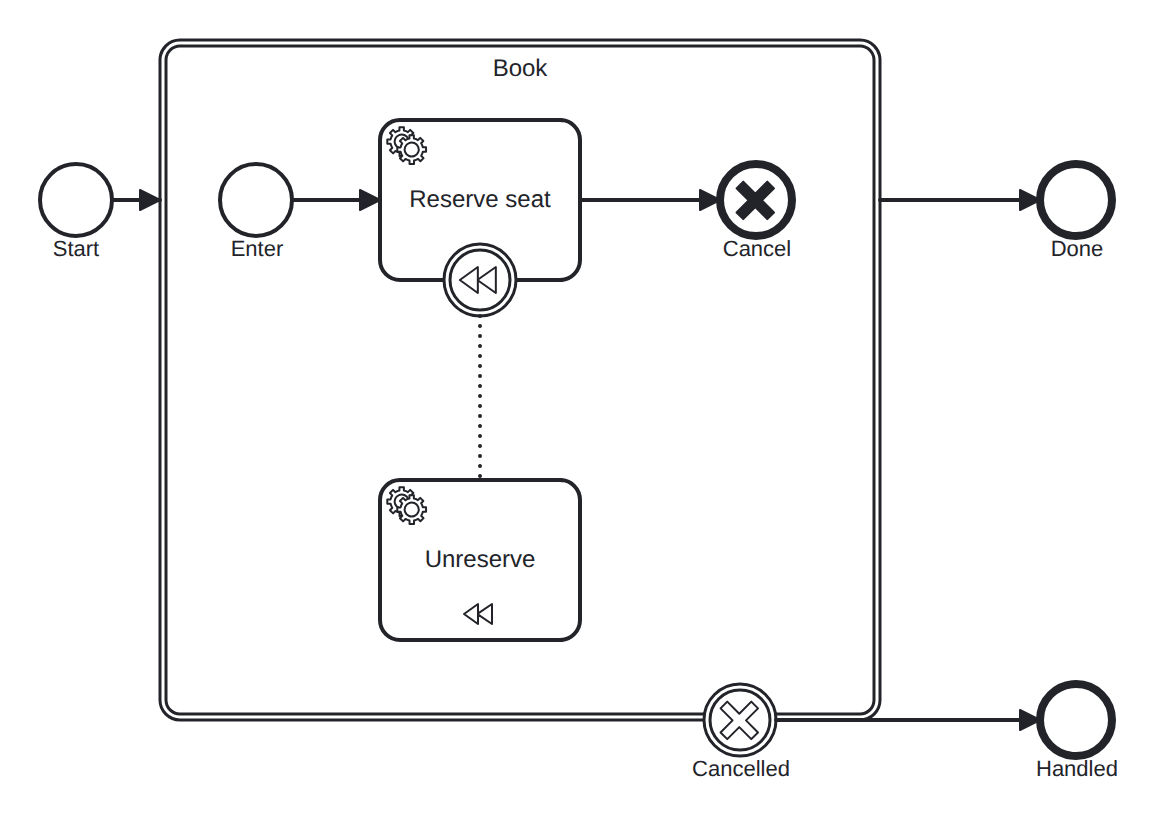
Above: conformance/catalog/diagrams/transaction-cancel.png in pblumer/atlas (BPMN), before the change. Its source is kept beside it as conformance/models/transaction-cancel.bpmn. Ids are renumbered. Source of this version:
```xml
<!--
  Conformance micro-fixture: a transaction subprocess with cancel (ADR-0108).

  Start -> transaction "book" { ts -> serviceTask "reserve" -> cancel end
  "cancelled" } -> End "done", with a cancel boundary on the transaction routing
  to End "handled". "reserve" is compensable (a compensation boundary links it to
  the "unreserve" handler). Once reserve completes, the flow reaches the cancel
  end event, which rolls the transaction back: the engine compensates the
  completed reserve (running unreserve), then the transaction's cancel boundary
  fires and routes to "handled" instead of "done". Driver: Complete("reserve")
  then Complete("unreserve").
-->
<definitions xmlns="http://www.omg.org/spec/BPMN/20100524/MODEL"
             xmlns:bpmndi="http://www.omg.org/spec/BPMN/20100524/DI"
             xmlns:dc="http://www.omg.org/spec/DD/20100524/DC"
             xmlns:di="http://www.omg.org/spec/DD/20100524/DI"
             xmlns:zeebe="http://camunda.org/schema/zeebe/1.0"
             id="defs_transaction_cancel" targetNamespace="http://atlas/conformance">
  <process id="transaction-cancel" name="Transaction (cancel)" isExecutable="true">
    <startEvent id="start" name="Start"/>
    <transaction id="book" name="Book">
      <startEvent id="ts" name="Enter"/>
      <serviceTask id="reserve" name="Reserve seat">
        <extensionElements><zeebe:taskDefinition type="reserve" retries="3"/></extensionElements>
      </serviceTask>
      <boundaryEvent id="reserve_comp" attachedToRef="reserve">
        <compensateEventDefinition/>
      </boundaryEvent>
      <serviceTask id="unreserve" name="Unreserve" isForCompensation="true">
        <extensionElements><zeebe:taskDefinition type="unreserve" retries="3"/></extensionElements>
      </serviceTask>
      <endEvent id="cancelled" name="Cancel">
        <cancelEventDefinition/>
      </endEvent>
      <association id="ca1" sourceRef="reserve_comp" targetRef="unreserve"/>
      <sequenceFlow id="tf1" sourceRef="ts" targetRef="reserve"/>
      <sequenceFlow id="tf2" sourceRef="reserve" targetRef="cancelled"/>
    </transaction>
    <boundaryEvent id="book_cancelled" name="Cancelled" attachedToRef="book">
      <cancelEventDefinition/>
    </boundaryEvent>
    <endEvent id="done" name="Done"/>
    <endEvent id="handled" name="Handled"/>
    <sequenceFlow id="f1" sourceRef="start" targetRef="book"/>
    <sequenceFlow id="f2" sourceRef="book" targetRef="done"/>
    <sequenceFlow id="f3" sourceRef="book_cancelled" targetRef="handled"/>
  </process>
  <bpmndi:BPMNDiagram id="diagram">
    <bpmndi:BPMNPlane id="plane" bpmnElement="transaction-cancel">
      <bpmndi:BPMNShape id="di_start" bpmnElement="start"><dc:Bounds x="120" y="182" width="36" height="36"/></bpmndi:BPMNShape>
      <bpmndi:BPMNShape id="di_book" bpmnElement="book" isExpanded="true"><dc:Bounds x="180" y="120" width="360" height="340"/></bpmndi:BPMNShape>
      <bpmndi:BPMNShape id="di_ts" bpmnElement="ts"><dc:Bounds x="210" y="182" width="36" height="36"/></bpmndi:BPMNShape>
      <bpmndi:BPMNShape id="di_reserve" bpmnElement="reserve"><dc:Bounds x="290" y="160" width="100" height="80"/></bpmndi:BPMNShape>
      <bpmndi:BPMNShape id="di_reserve_comp" bpmnElement="reserve_comp"><dc:Bounds x="322" y="222" width="36" height="36"/></bpmndi:BPMNShape>
      <bpmndi:BPMNShape id="di_unreserve" bpmnElement="unreserve"><dc:Bounds x="290" y="340" width="100" height="80"/></bpmndi:BPMNShape>
      <bpmndi:BPMNShape id="di_cancelled" bpmnElement="cancelled"><dc:Bounds x="460" y="182" width="36" height="36"/></bpmndi:BPMNShape>
      <bpmndi:BPMNShape id="di_book_cancelled" bpmnElement="book_cancelled"><dc:Bounds x="452" y="442" width="36" height="36"/></bpmndi:BPMNShape>
      <bpmndi:BPMNShape id="di_done" bpmnElement="done"><dc:Bounds x="620" y="182" width="36" height="36"/></bpmndi:BPMNShape>
      <bpmndi:BPMNShape id="di_handled" bpmnElement="handled"><dc:Bounds x="620" y="442" width="36" height="36"/></bpmndi:BPMNShape>
      <bpmndi:BPMNEdge id="di_f1" bpmnElement="f1"><di:waypoint x="156" y="200"/><di:waypoint x="180" y="200"/></bpmndi:BPMNEdge>
      <bpmndi:BPMNEdge id="di_f2" bpmnElement="f2"><di:waypoint x="540" y="200"/><di:waypoint x="620" y="200"/></bpmndi:BPMNEdge>
      <bpmndi:BPMNEdge id="di_f3" bpmnElement="f3"><di:waypoint x="488" y="460"/><di:waypoint x="620" y="460"/></bpmndi:BPMNEdge>
      <bpmndi:BPMNEdge id="di_tf1" bpmnElement="tf1"><di:waypoint x="246" y="200"/><di:waypoint x="290" y="200"/></bpmndi:BPMNEdge>
      <bpmndi:BPMNEdge id="di_tf2" bpmnElement="tf2"><di:waypoint x="390" y="200"/><di:waypoint x="460" y="200"/></bpmndi:BPMNEdge>
      <bpmndi:BPMNEdge id="di_ca1" bpmnElement="ca1"><di:waypoint x="340" y="258"/><di:waypoint x="340" y="340"/></bpmndi:BPMNEdge>
    </bpmndi:BPMNPlane>
  </bpmndi:BPMNDiagram>
</definitions>
```
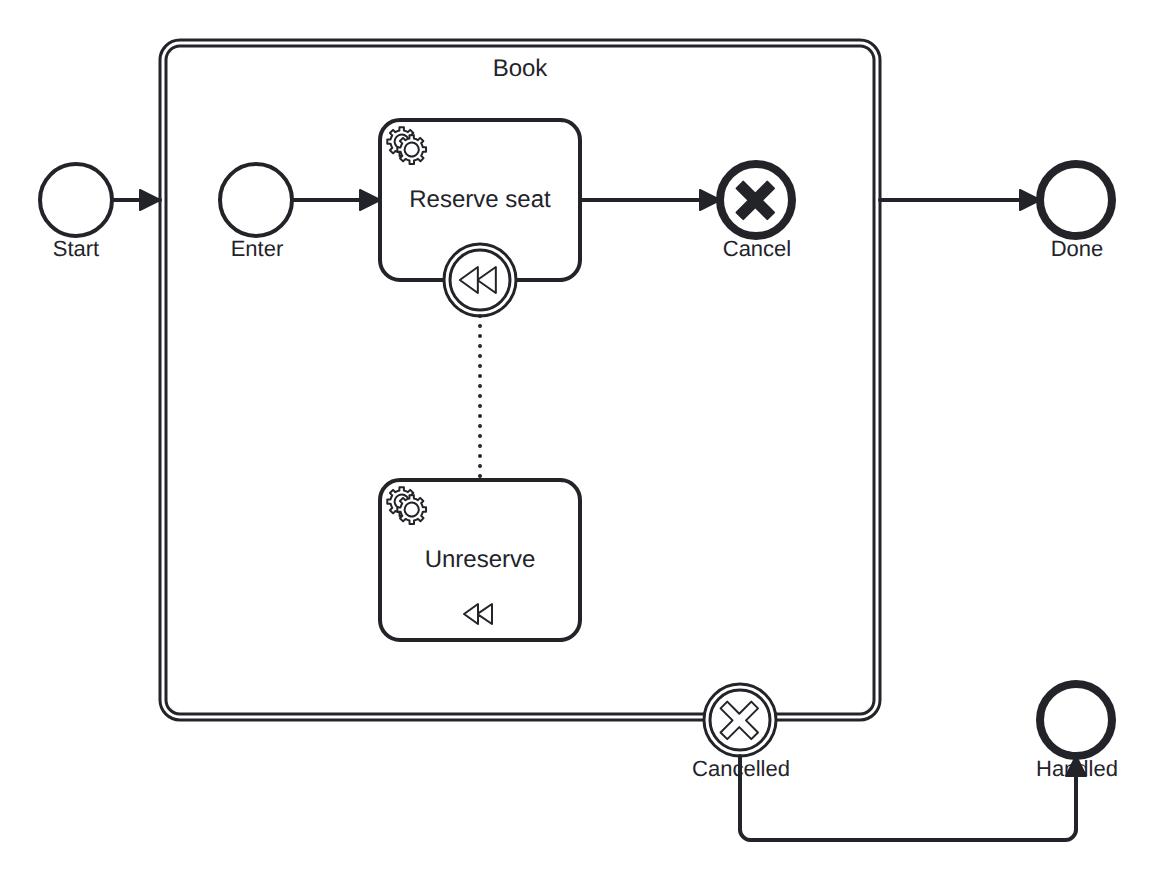
After the change.

Diff of the diagram source:
```diff
@@ -59,7 +59,7 @@
       <bpmndi:BPMNShape id="di_handled" bpmnElement="handled"><dc:Bounds x="620" y="442" width="36" height="36"/></bpmndi:BPMNShape>
       <bpmndi:BPMNEdge id="di_f1" bpmnElement="f1"><di:waypoint x="156" y="200"/><di:waypoint x="180" y="200"/></bpmndi:BPMNEdge>
       <bpmndi:BPMNEdge id="di_f2" bpmnElement="f2"><di:waypoint x="540" y="200"/><di:waypoint x="620" y="200"/></bpmndi:BPMNEdge>
-      <bpmndi:BPMNEdge id="di_f3" bpmnElement="f3"><di:waypoint x="488" y="460"/><di:waypoint x="620" y="460"/></bpmndi:BPMNEdge>
+      <bpmndi:BPMNEdge id="di_f3" bpmnElement="f3"><di:waypoint x="470" y="478"/><di:waypoint x="470" y="520"/><di:waypoint x="638" y="520"/><di:waypoint x="638" y="478"/></bpmndi:BPMNEdge>
       <bpmndi:BPMNEdge id="di_tf1" bpmnElement="tf1"><di:waypoint x="246" y="200"/><di:waypoint x="290" y="200"/></bpmndi:BPMNEdge>
       <bpmndi:BPMNEdge id="di_tf2" bpmnElement="tf2"><di:waypoint x="390" y="200"/><di:waypoint x="460" y="200"/></bpmndi:BPMNEdge>
       <bpmndi:BPMNEdge id="di_ca1" bpmnElement="ca1"><di:waypoint x="340" y="258"/><di:waypoint x="340" y="340"/></bpmndi:BPMNEdge>
```
